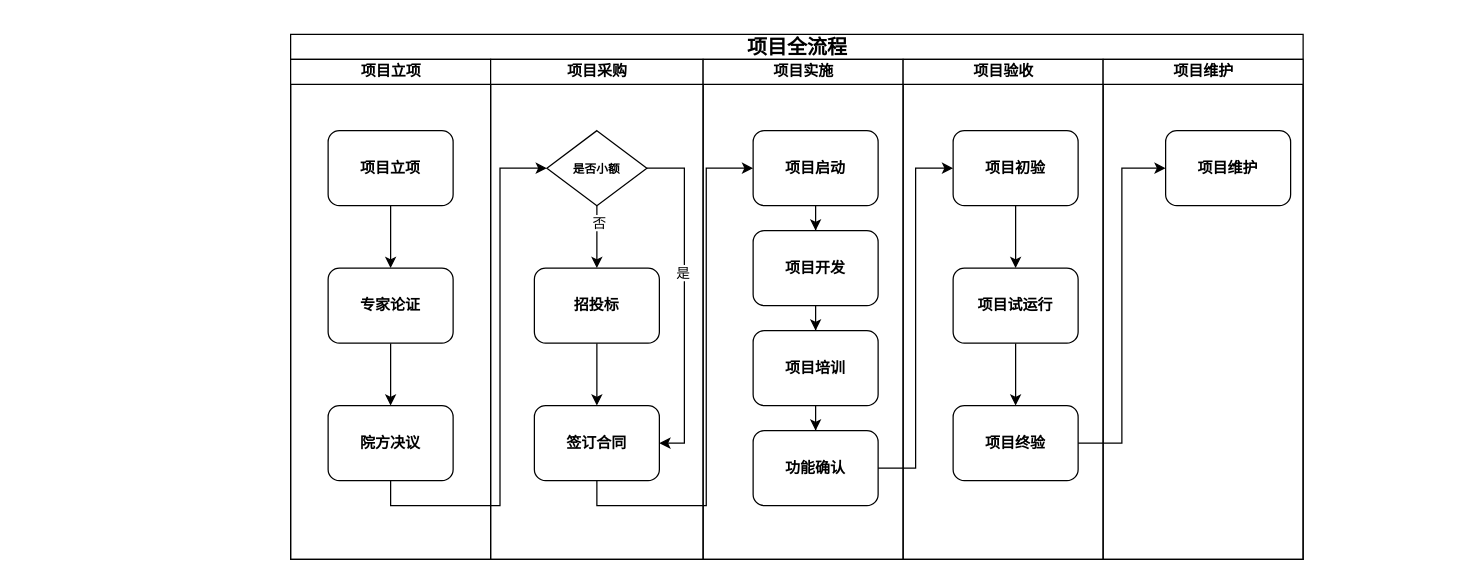
The draw.io diagram project-workflow.drawio in templklklk/draft, before the edit. Source tidied: cells renumbered, new cells numbered last; positions are measured from the earlier drawing's top-left corner, leaving out a move shared by most shapes. Both pictures are drawn from the tidied source at 125%, with x=0, y=0 at pixel (290, 34).
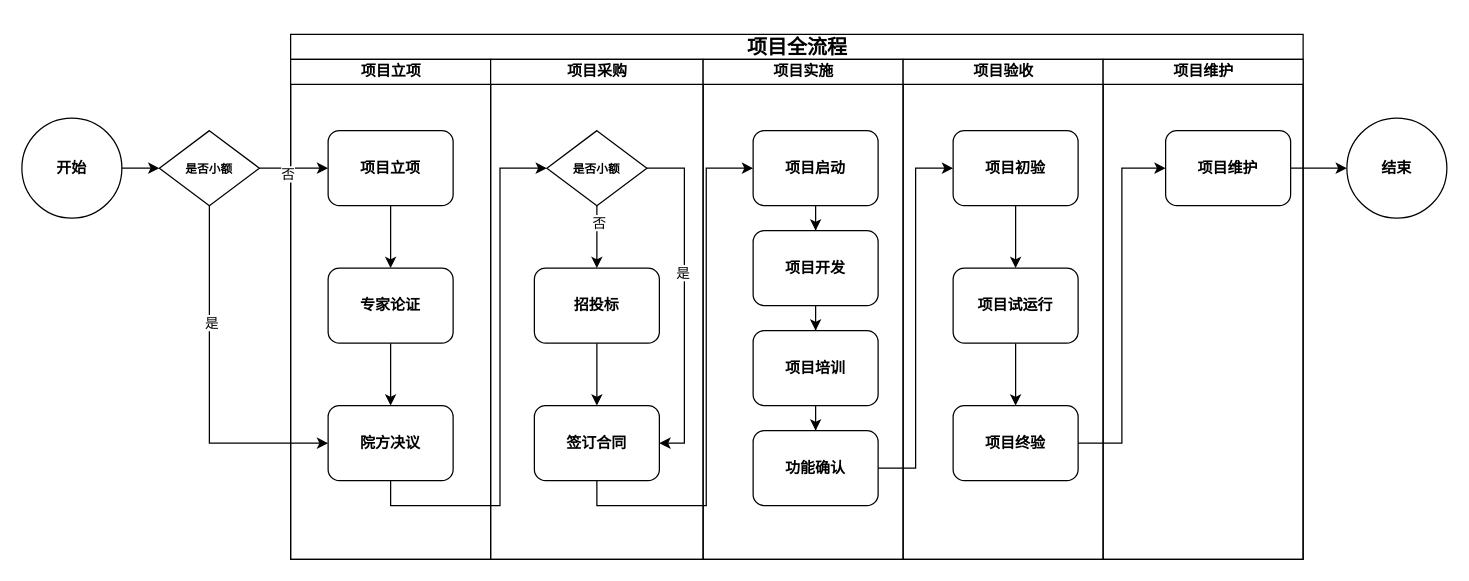
Above is the later version.

The change refers to these unchanged cells:
```xml
<mxCell id="5" value="&lt;h2&gt;项目立项&lt;/h2&gt;" style="rounded=1;whiteSpace=wrap;html=1;shadow=0;labelBackgroundColor=none;strokeWidth=1;fontFamily=Verdana;fontSize=8;align=center;" parent="3" vertex="1">
  <mxGeometry x="30" y="57" width="100" height="60" as="geometry" />
</mxCell>
<mxCell id="8" value="&lt;h2&gt;院方决议&lt;/h2&gt;" style="rounded=1;whiteSpace=wrap;html=1;shadow=0;labelBackgroundColor=none;strokeWidth=1;fontFamily=Verdana;fontSize=8;align=center;" parent="3" vertex="1">
  <mxGeometry x="30" y="277" width="100" height="60" as="geometry" />
</mxCell>
<mxCell id="35" value="&lt;h2&gt;项目维护&lt;/h2&gt;" style="rounded=1;whiteSpace=wrap;html=1;shadow=0;labelBackgroundColor=none;strokeWidth=1;fontFamily=Verdana;fontSize=8;align=center;" parent="33" vertex="1">
  <mxGeometry x="50" y="57" width="100" height="60" as="geometry" />
</mxCell>
```

Diff of the diagram source:
```diff
@@
+    <mxCell id="40" value="&lt;h2&gt;结束&lt;/h2&gt;" style="ellipse;whiteSpace=wrap;html=1;fontSize=8;fontFamily=Verdana;rounded=1;shadow=0;labelBackgroundColor=none;strokeWidth=1;" parent="1" vertex="1">
+      <mxGeometry x="845" y="67" width="80" height="80" as="geometry" />
+    </mxCell>
+    <mxCell id="41" style="edgeStyle=orthogonalEdgeStyle;rounded=0;jettySize=auto;html=1;" parent="1" edge="1" source="35" target="40">
+      <mxGeometry relative="1" as="geometry" />
+    </mxCell>
+    <mxCell id="42" style="edgeStyle=orthogonalEdgeStyle;rounded=0;jettySize=auto;html=1;entryX=0;entryY=0.5;entryDx=0;entryDy=0;" parent="1" edge="1" source="43" target="48">
+      <mxGeometry relative="1" as="geometry" />
+    </mxCell>
+    <mxCell id="43" value="&lt;h2&gt;开始&lt;/h2&gt;" style="ellipse;whiteSpace=wrap;html=1;fontSize=8;fontFamily=Verdana;rounded=1;shadow=0;labelBackgroundColor=none;strokeWidth=1;" parent="1" vertex="1">
+      <mxGeometry x="-215" y="67" width="80" height="80" as="geometry" />
+    </mxCell>
+    <mxCell id="44" style="edgeStyle=orthogonalEdgeStyle;rounded=0;jettySize=auto;html=1;" parent="1" edge="1" source="48" target="5">
+      <mxGeometry relative="1" as="geometry" />
+    </mxCell>
+    <mxCell id="45" value="否" style="edgeLabel;html=1;align=center;verticalAlign=middle;" parent="44" vertex="1">
+      <mxGeometry x="-0.2" y="-4" relative="1" as="geometry" />
+    </mxCell>
+    <mxCell id="46" style="edgeStyle=orthogonalEdgeStyle;rounded=0;jettySize=auto;html=1;entryX=0;entryY=0.5;entryDx=0;entryDy=0;exitX=0.5;exitY=1;exitDx=0;exitDy=0;" parent="1" edge="1" source="48" target="8">
+      <mxGeometry relative="1" as="geometry" />
+    </mxCell>
+    <mxCell id="47" value="是" style="edgeLabel;html=1;align=center;verticalAlign=middle;" parent="46" vertex="1">
+      <mxGeometry x="-0.35" y="1" relative="1" as="geometry" />
+    </mxCell>
+    <mxCell id="48" value="&lt;h3&gt;是否小额&lt;/h3&gt;" style="rhombus;whiteSpace=wrap;html=1;rounded=0;shadow=0;labelBackgroundColor=none;strokeWidth=1;fontFamily=Verdana;fontSize=8;align=center;" parent="1" vertex="1">
+      <mxGeometry x="-105" y="77" width="80" height="60" as="geometry" />
+    </mxCell>
```
